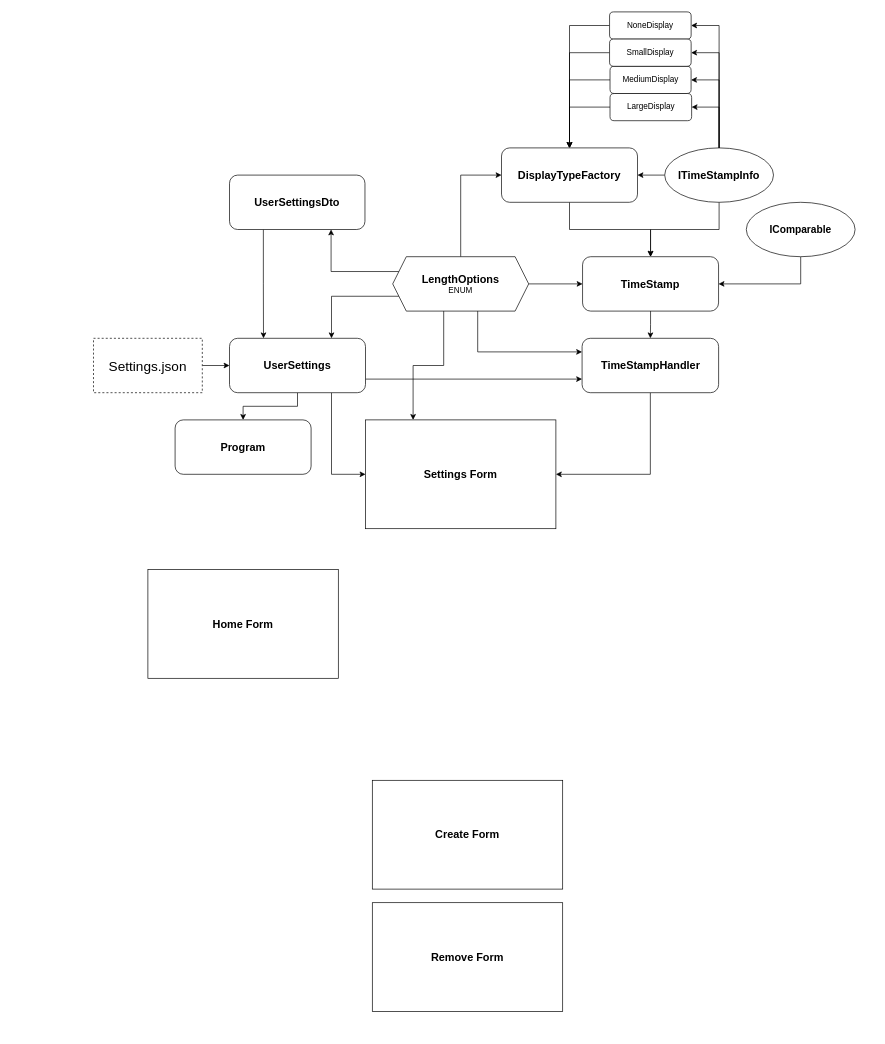
Above: Chrono Count 3/ERD/ChronoCount3.drawio in Andy-Mckelvey05/Chrono-Count-3 (draw.io), before the change. Source tidied: cells renumbered, new cells numbered last; positions are measured from the earlier drawing's top-left corner, leaving out a move shared by most shapes. Both pictures are drawn from the tidied source at 68%, with x=0, y=0 at pixel (93, 12).
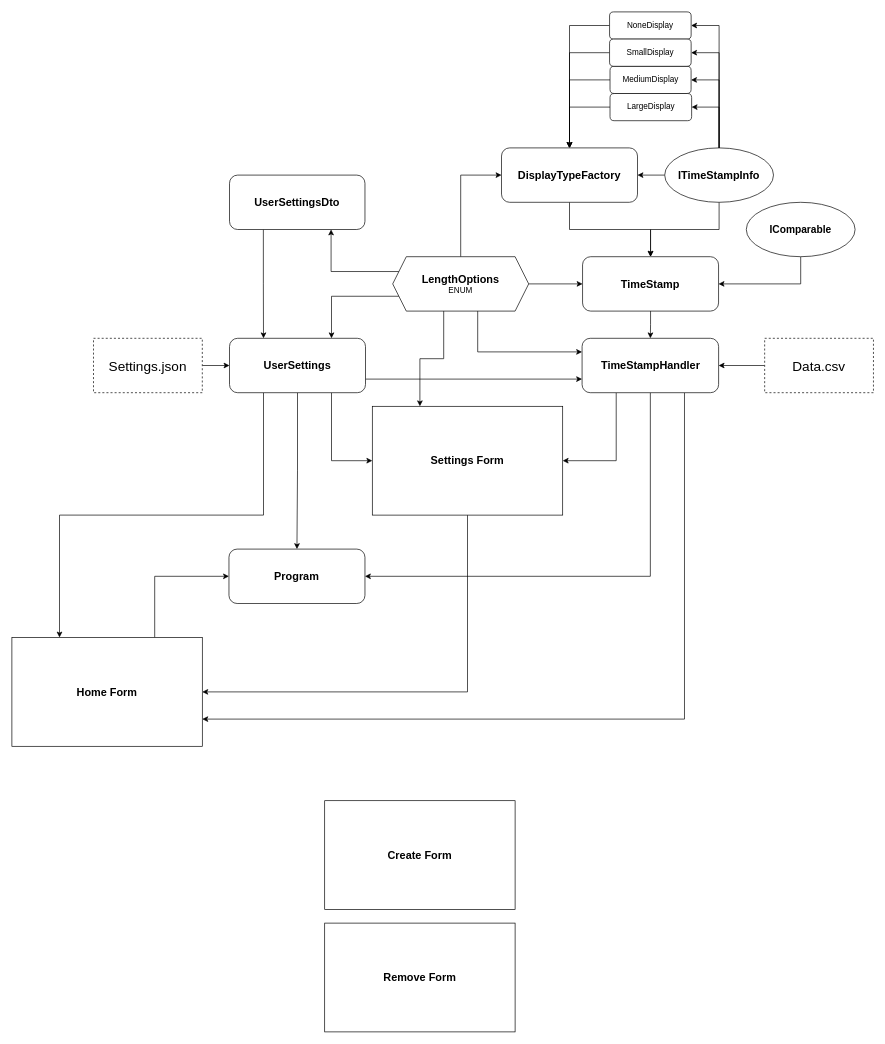
The same page after the edit.

Unchanged cells that the change refers to:
```xml
<mxCell id="36" value="&lt;font style=&quot;font-size: 16px;&quot;&gt;&lt;b&gt;UserSettings&lt;/b&gt;&lt;/font&gt;" style="rounded=1;whiteSpace=wrap;html=1;" parent="1" vertex="1">
  <mxGeometry x="200" y="480" width="200" height="80" as="geometry" />
</mxCell>
<mxCell id="40" value="&lt;font style=&quot;&quot;&gt;&lt;span style=&quot;font-size: 16px;&quot;&gt;&lt;b&gt;TimeStampHandler&lt;/b&gt;&lt;/span&gt;&lt;/font&gt;" style="rounded=1;whiteSpace=wrap;html=1;" parent="1" vertex="1">
  <mxGeometry x="718.5" y="480" width="200.8" height="80" as="geometry" />
</mxCell>
```

Diff of the diagram source:
```diff
@@
     <mxCell id="32" value="&lt;font style=&quot;font-size: 16px;&quot;&gt;&lt;b&gt;Program&lt;/b&gt;&lt;/font&gt;" style="rounded=1;whiteSpace=wrap;html=1;" parent="1" vertex="1">
-      <mxGeometry x="120" y="600" width="200" height="80" as="geometry" />
+      <mxGeometry x="199.2" y="790" width="200" height="80" as="geometry" />
     </mxCell>
-    <mxCell id="33" style="edgeStyle=orthogonalEdgeStyle;rounded=0;jettySize=auto;html=1;exitX=0.5;exitY=1;exitDx=0;exitDy=0;entryX=0.5;entryY=0;entryDx=0;entryDy=0;" parent="1" edge="1" source="36" target="32">
-      <mxGeometry relative="1" as="geometry" />
-    </mxCell>
@@
+    <mxCell id="33" style="edgeStyle=orthogonalEdgeStyle;rounded=0;jettySize=auto;html=1;exitX=0.5;exitY=1;exitDx=0;exitDy=0;entryX=0.5;entryY=0;entryDx=0;entryDy=0;" parent="1" edge="1" source="36" target="32">
+      <mxGeometry relative="1" as="geometry" />
+    </mxCell>
+    <mxCell id="45" style="edgeStyle=orthogonalEdgeStyle;rounded=0;jettySize=auto;html=1;exitX=0.25;exitY=1;exitDx=0;exitDy=0;entryX=0.25;entryY=0;entryDx=0;entryDy=0;" parent="1" edge="1" source="36" target="42">
+      <mxGeometry relative="1" as="geometry" />
+    </mxCell>
@@
+    <mxCell id="46" style="edgeStyle=orthogonalEdgeStyle;rounded=0;jettySize=auto;html=1;exitX=0.75;exitY=1;exitDx=0;exitDy=0;entryX=1;entryY=0.75;entryDx=0;entryDy=0;" parent="1" edge="1" source="40" target="42">
+      <mxGeometry relative="1" as="geometry" />
+    </mxCell>
+    <mxCell id="47" style="edgeStyle=orthogonalEdgeStyle;rounded=0;jettySize=auto;html=1;exitX=0.5;exitY=1;exitDx=0;exitDy=0;entryX=1;entryY=0.5;entryDx=0;entryDy=0;" parent="1" edge="1" source="40" target="32">
+      <mxGeometry relative="1" as="geometry" />
+    </mxCell>
-    <mxCell id="39" style="edgeStyle=orthogonalEdgeStyle;rounded=0;jettySize=auto;html=1;exitX=0.5;exitY=1;exitDx=0;exitDy=0;entryX=1;entryY=0.5;entryDx=0;entryDy=0;" parent="1" edge="1" source="40" target="41">
+    <mxCell id="39" style="edgeStyle=orthogonalEdgeStyle;rounded=0;jettySize=auto;html=1;exitX=0.25;exitY=1;exitDx=0;exitDy=0;entryX=1;entryY=0.5;entryDx=0;entryDy=0;" parent="1" edge="1" source="40" target="41">
       <mxGeometry relative="1" as="geometry" />
     </mxCell>
@@
+    <mxCell id="48" style="edgeStyle=orthogonalEdgeStyle;rounded=0;jettySize=auto;html=1;exitX=0.5;exitY=1;exitDx=0;exitDy=0;entryX=1;entryY=0.5;entryDx=0;entryDy=0;" parent="1" edge="1" source="41" target="42">
+      <mxGeometry relative="1" as="geometry" />
+    </mxCell>
     <mxCell id="41" value="&lt;b style=&quot;font-size: 16px;&quot;&gt;Settings Form&lt;/b&gt;" style="rounded=0;whiteSpace=wrap;html=1;" parent="1" vertex="1">
-      <mxGeometry x="400" y="600" width="280" height="160" as="geometry" />
+      <mxGeometry x="410" y="580" width="280" height="160" as="geometry" />
     </mxCell>
+    <mxCell id="49" style="edgeStyle=orthogonalEdgeStyle;rounded=0;jettySize=auto;html=1;exitX=0.75;exitY=0;exitDx=0;exitDy=0;entryX=0;entryY=0.5;entryDx=0;entryDy=0;" parent="1" edge="1" source="42" target="32">
+      <mxGeometry relative="1" as="geometry" />
+    </mxCell>
     <mxCell id="42" value="&lt;b style=&quot;font-size: 16px;&quot;&gt;Home Form&lt;/b&gt;" style="rounded=0;whiteSpace=wrap;html=1;" parent="1" vertex="1">
-      <mxGeometry x="80" y="820" width="280" height="160" as="geometry" />
+      <mxGeometry x="-120" y="920" width="280" height="160" as="geometry" />
     </mxCell>
     <mxCell id="43" value="&lt;b style=&quot;font-size: 16px;&quot;&gt;Create Form&lt;/b&gt;" style="rounded=0;whiteSpace=wrap;html=1;" parent="1" vertex="1">
-      <mxGeometry x="410" y="1130" width="280" height="160" as="geometry" />
+      <mxGeometry x="340" y="1160" width="280" height="160" as="geometry" />
     </mxCell>
     <mxCell id="44" value="&lt;b style=&quot;font-size: 16px;&quot;&gt;Remove Form&lt;/b&gt;" style="rounded=0;whiteSpace=wrap;html=1;" parent="1" vertex="1">
-      <mxGeometry x="410" y="1310" width="280" height="160" as="geometry" />
+      <mxGeometry x="340" y="1340" width="280" height="160" as="geometry" />
     </mxCell>
+    <mxCell id="50" style="edgeStyle=orthogonalEdgeStyle;rounded=0;jettySize=auto;html=1;exitX=0;exitY=0.5;exitDx=0;exitDy=0;entryX=1;entryY=0.5;entryDx=0;entryDy=0;" parent="1" edge="1" source="51" target="40">
+      <mxGeometry relative="1" as="geometry" />
+    </mxCell>
+    <mxCell id="51" value="&lt;font style=&quot;font-size: 20px;&quot;&gt;Data.csv&lt;/font&gt;" style="rounded=0;whiteSpace=wrap;html=1;dashed=1;" parent="1" vertex="1">
+      <mxGeometry x="987" y="480" width="160" height="80" as="geometry" />
+    </mxCell>
```
